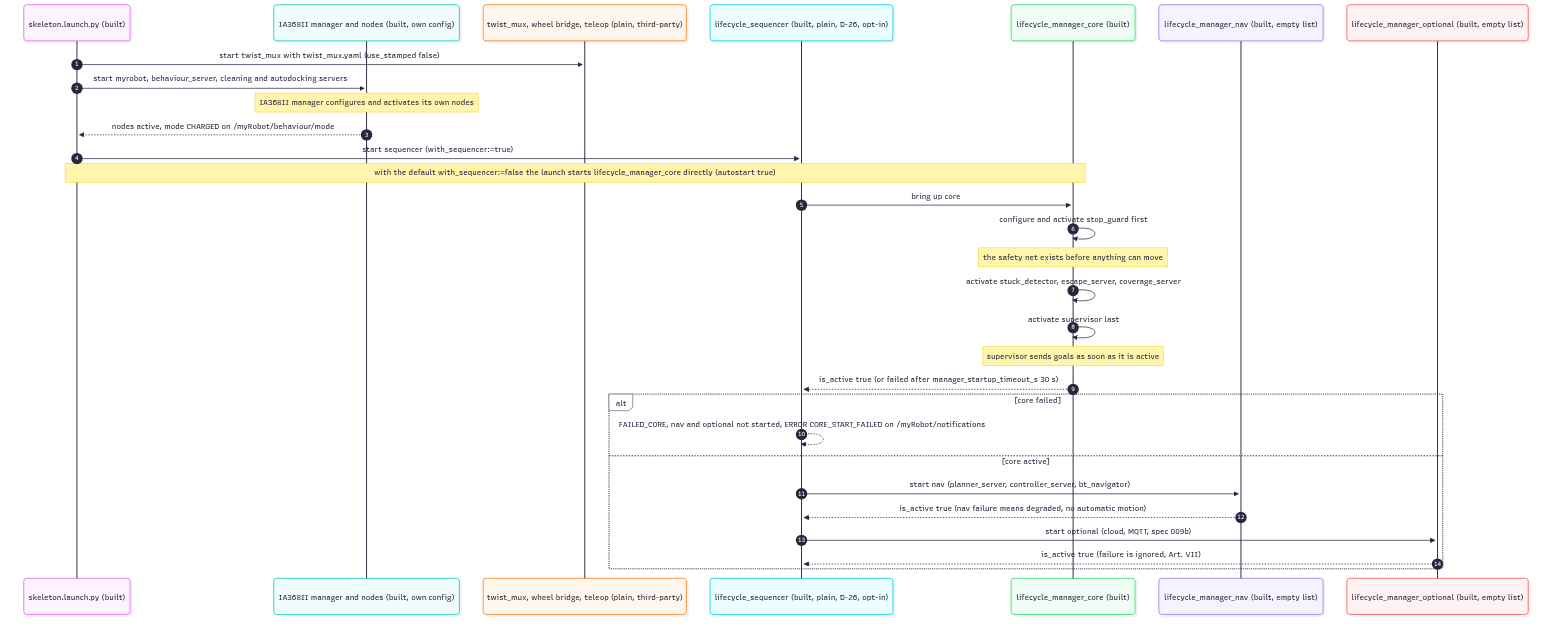
The Mermaid diagram docs/diagrams/render/built-so-far-seq1-bringup.png in Rodolfodc/kuberostics, before a commit. Its source is kept beside it as docs/diagrams/built-so-far-seq1-bringup.mmd.
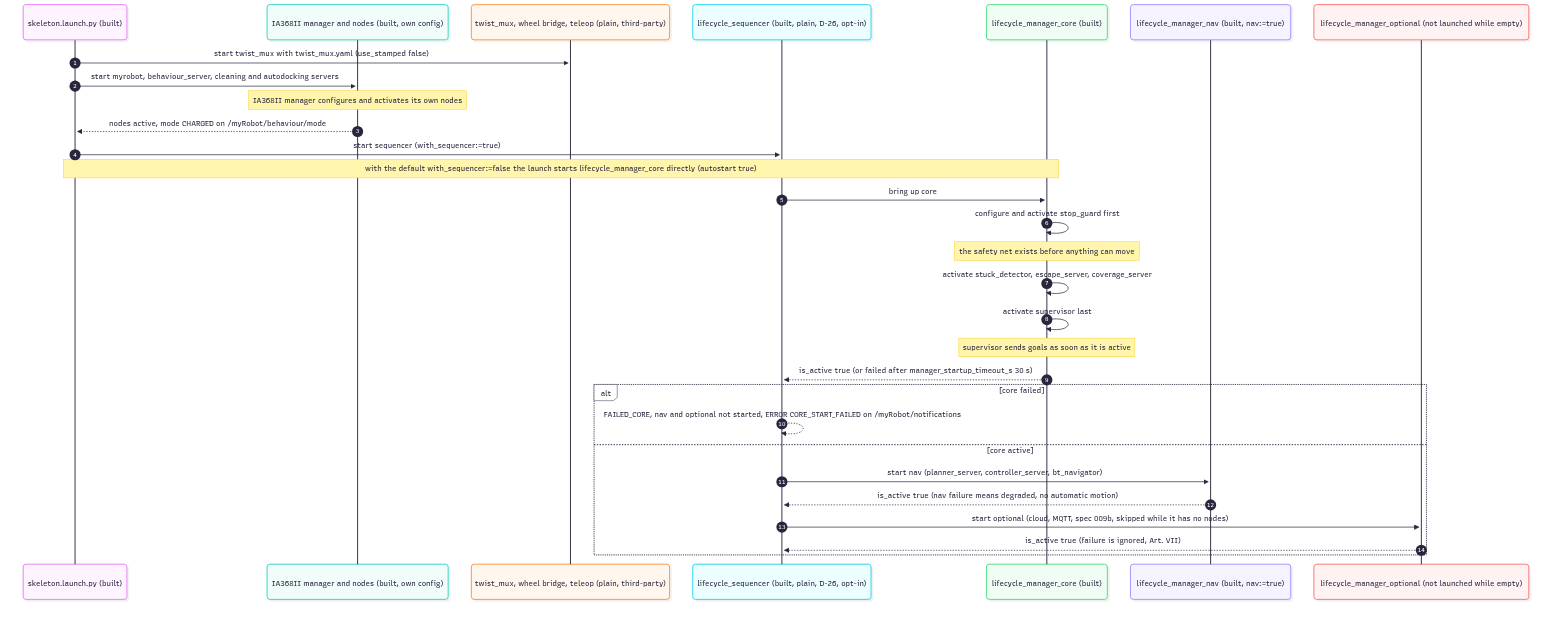
Above is the later version.

Commit message:
Contract batch 3: built-so-far diagrams, optional manager not launched while empty, nav manager has nodes

What changed in the source:
```diff
@@ -5,8 +5,8 @@
   participant PL as twist_mux, wheel bridge, teleop (plain, third-party)
   participant SQ as lifecycle_sequencer (built, plain, D-26, opt-in)
   participant CO as lifecycle_manager_core (built)
-  participant NV as lifecycle_manager_nav (built, empty list)
-  participant OP as lifecycle_manager_optional (built, empty list)
+  participant NV as lifecycle_manager_nav (built, nav:=true)
+  participant OP as lifecycle_manager_optional (not launched while empty)
 
   L->>PL: start twist_mux with twist_mux.yaml (use_stamped false)
   L->>IA: start myrobot, behaviour_server, cleaning and autodocking servers
@@ -26,6 +26,6 @@
   else core active
     SQ->>NV: start nav (planner_server, controller_server, bt_navigator)
     NV-->>SQ: is_active true (nav failure means degraded, no automatic motion)
-    SQ->>OP: start optional (cloud, MQTT, spec 009b)
+    SQ->>OP: start optional (cloud, MQTT, spec 009b, skipped while it has no nodes)
     OP-->>SQ: is_active true (failure is ignored, Art. VII)
   end
```
